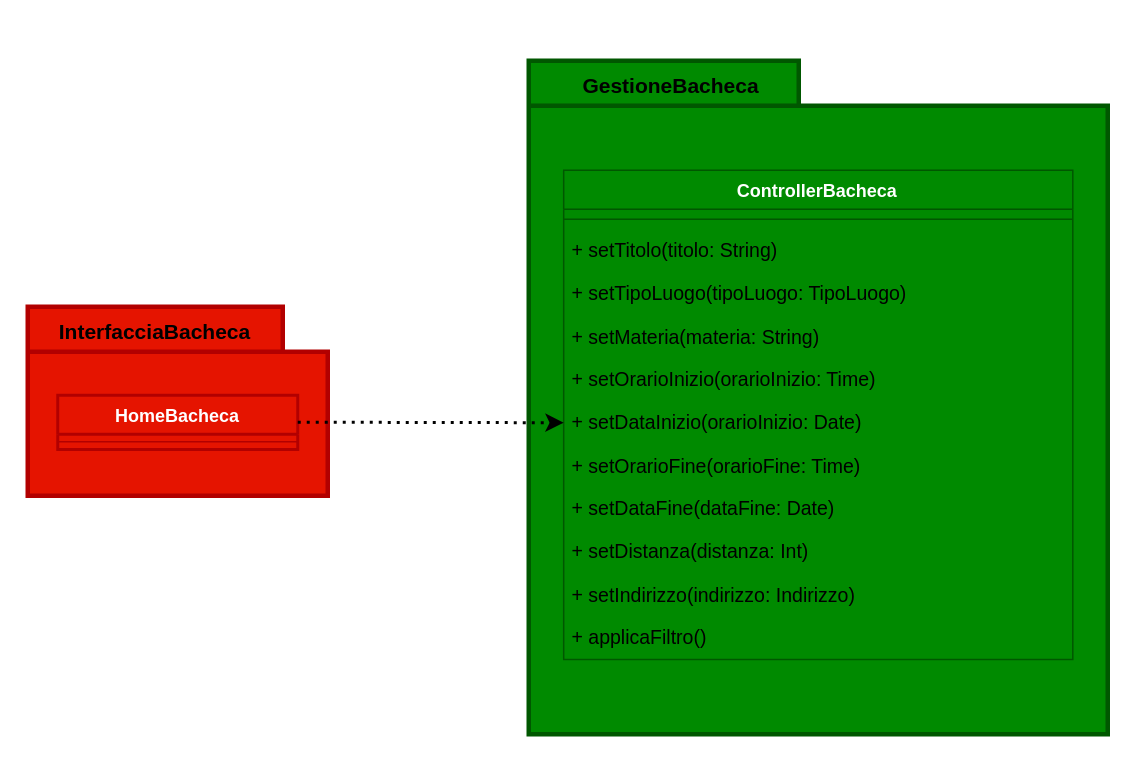
Earlier version of the draw.io diagram DiagrammaDeiPackage/DiagrammaBacheca.drawio (federicoporpora/studyLink). Source tidied: cells renumbered, new cells numbered last; positions are measured from the earlier drawing's top-left corner, leaving out a move shared by most shapes. Both pictures are drawn from the tidied source at 150%, with x=0, y=0 at pixel (27, 24).
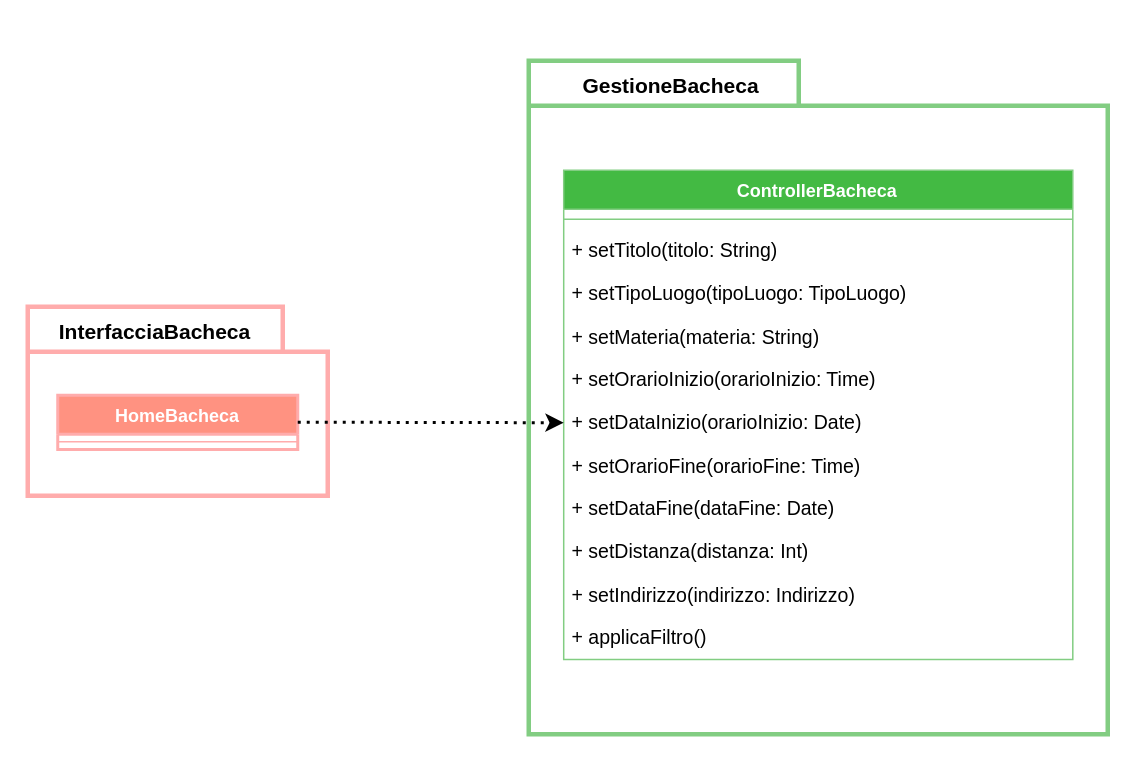
Above is the later version.

The change refers to these unchanged cells:
```xml
<mxCell id="2" style="group;" parent="1" vertex="1">
  <mxGeometry y="188" width="200" height="227" as="geometry" />
</mxCell>
<mxCell id="7" style="group;" parent="1" vertex="1">
  <mxGeometry x="334" y="24" width="386" height="449" as="geometry" />
</mxCell>
```

Diff of the diagram source:
```diff
@@
-    <mxCell id="3" style="shape=folder;fontStyle=1;spacingTop=10;tabWidth=170;tabHeight=30;tabPosition=left;html=1;whiteSpace=wrap;fillColor=light-dark(#E51400,#FFFFFF);fontColor=#ffffff;strokeColor=#B20000;strokeWidth=3;" parent="2" vertex="1">
+    <mxCell id="3" style="shape=folder;fontStyle=1;spacingTop=10;tabWidth=170;tabHeight=30;tabPosition=left;html=1;whiteSpace=wrap;fillColor=light-dark(#FFFFFF,#E51400);fontColor=#ffffff;strokeColor=light-dark(#FFACAC,#B20000);strokeWidth=3;" parent="2" vertex="1">
       <mxGeometry width="200" height="126" as="geometry" />
     </mxCell>
@@
-    <mxCell id="5" value="HomeBacheca" style="swimlane;fontStyle=1;align=center;verticalAlign=top;horizontal=1;startSize=26;whiteSpace=wrap;html=1;fillColor=#e51400;strokeColor=#B20000;fontColor=#ffffff;strokeWidth=2;" parent="2" vertex="1">
+    <mxCell id="5" value="HomeBacheca" style="swimlane;fontStyle=1;align=center;verticalAlign=top;horizontal=1;startSize=26;whiteSpace=wrap;html=1;fillColor=light-dark(#FF9281,#E51400);strokeColor=light-dark(#FFACAC,#B20000);fontColor=#ffffff;strokeWidth=2;" parent="2" vertex="1">
       <mxGeometry x="20" y="59" width="160" height="36.1" as="geometry" />
     </mxCell>
@@
-    <mxCell id="8" style="shape=folder;fontStyle=1;spacingTop=10;tabWidth=180;tabHeight=30;tabPosition=left;html=1;whiteSpace=wrap;fillColor=light-dark(#008A00,#FFFFFF);fontColor=#ffffff;strokeColor=#005700;strokeWidth=3;" parent="7" vertex="1">
+    <mxCell id="8" style="shape=folder;fontStyle=1;spacingTop=10;tabWidth=180;tabHeight=30;tabPosition=left;html=1;whiteSpace=wrap;fillColor=light-dark(#FFFFFF,#008A00);fontColor=#ffffff;strokeColor=light-dark(#82CD82,#005700);strokeWidth=3;" parent="7" vertex="1">
       <mxGeometry width="386" height="449" as="geometry" />
     </mxCell>
@@
-    <mxCell id="10" value="ControllerBacheca" style="swimlane;fontStyle=1;align=center;verticalAlign=top;horizontal=1;startSize=26;whiteSpace=wrap;html=1;fillColor=#008a00;fontColor=#ffffff;strokeColor=#005700;" parent="7" vertex="1">
+    <mxCell id="10" value="ControllerBacheca" style="swimlane;fontStyle=1;align=center;verticalAlign=top;horizontal=1;startSize=26;whiteSpace=wrap;html=1;fillColor=light-dark(#43BA43,#008A00);fontColor=#ffffff;strokeColor=light-dark(#82CD82,#005700);" parent="7" vertex="1">
       <mxGeometry x="23.3" y="73" width="339.4" height="326.1" as="geometry" />
     </mxCell>
```
